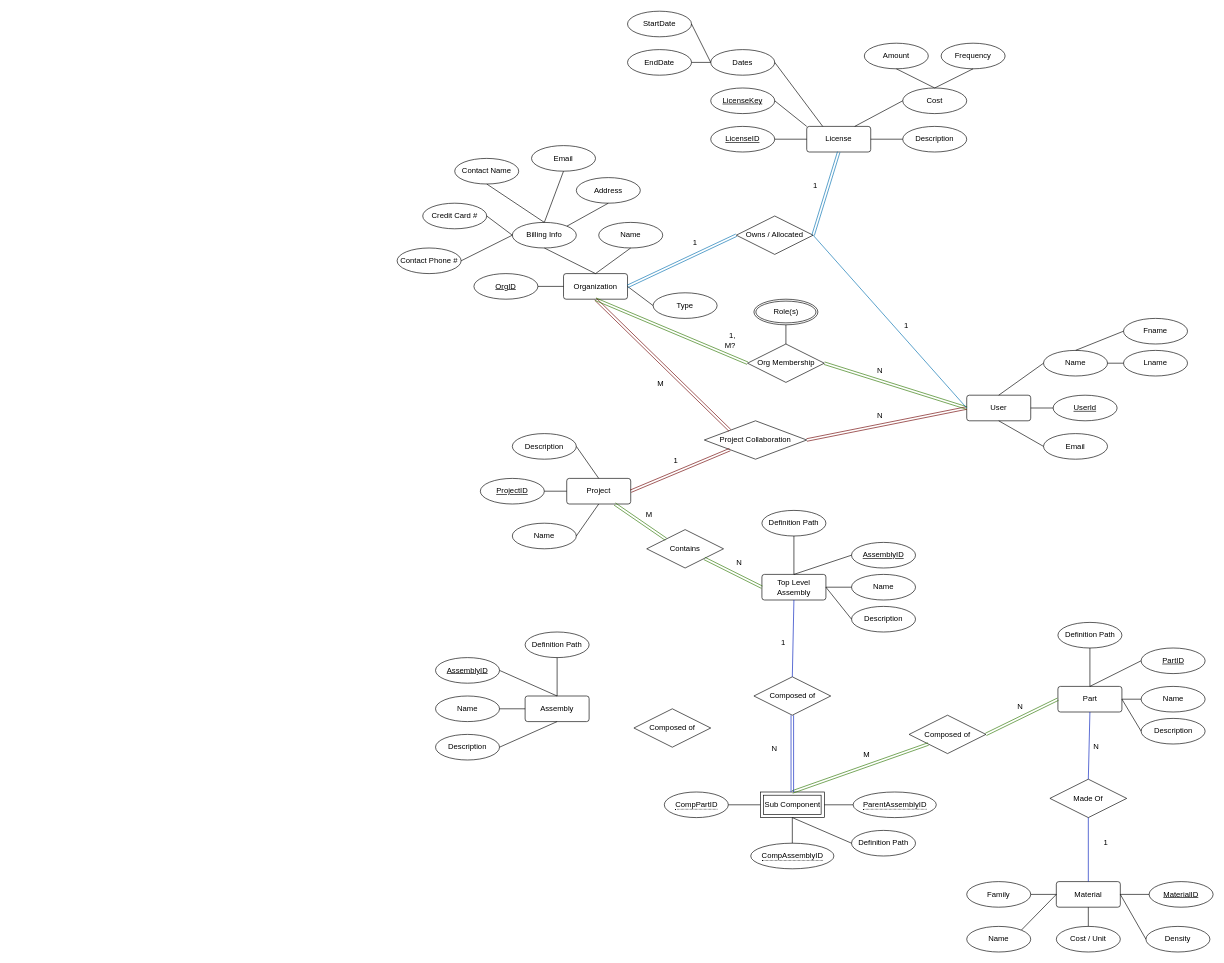
Above: DBfinal.drawio in EricOrrDev/Diagrams (draw.io), before the change. Source tidied: cells renumbered, new cells numbered last; positions are measured from the earlier drawing's top-left corner, leaving out a move shared by most shapes. Both pictures are drawn from the tidied source at 64%, with x=0, y=0 at pixel (12, 11).
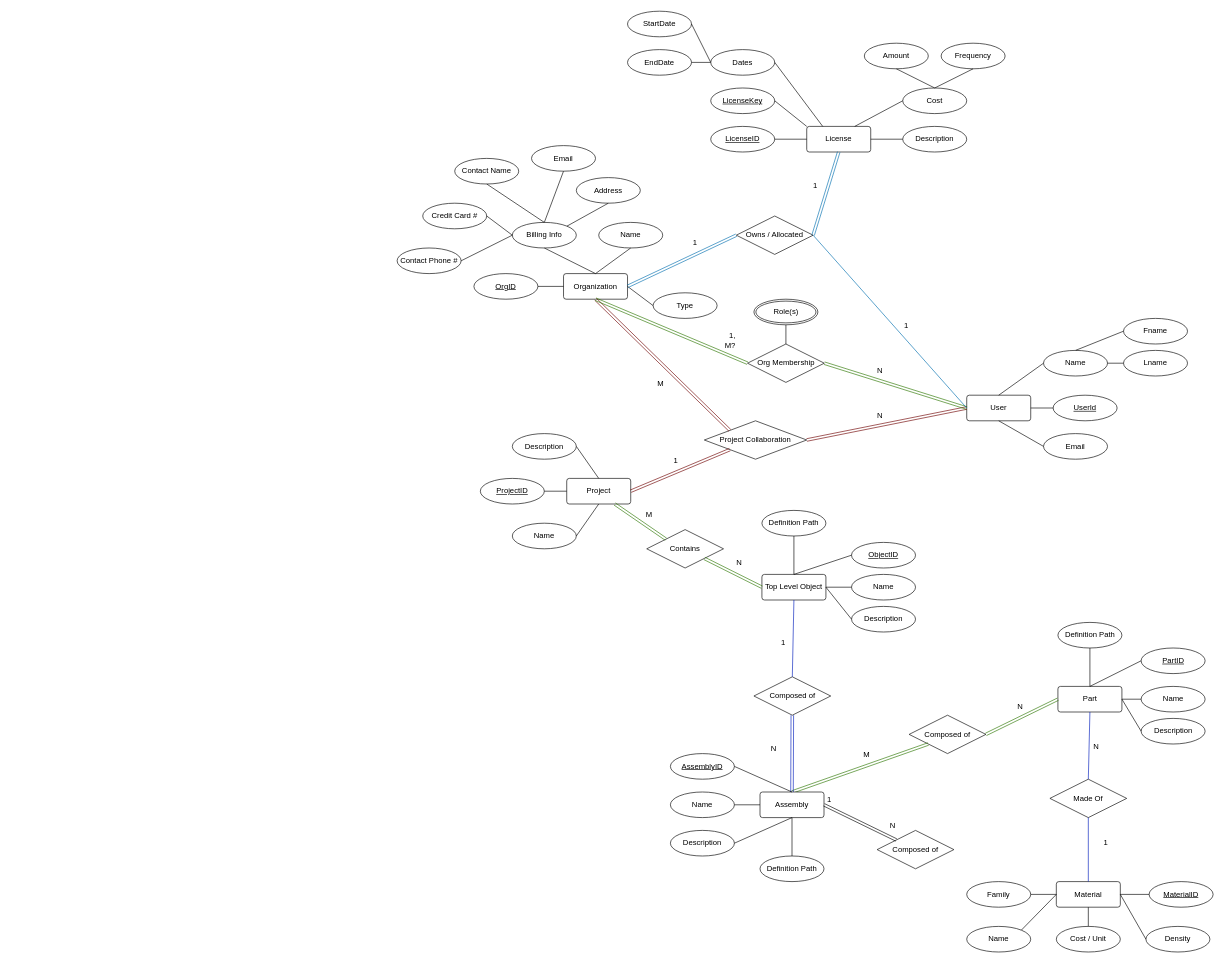
The same diagram, later.

Unchanged cells that the change refers to:
```xml
<mxCell id="66" style="group;" parent="1" vertex="1">
  <mxGeometry x="1172" y="830" width="240" height="170" as="geometry" />
</mxCell>
<mxCell id="125" value="Composed of" style="shape=rhombus;perimeter=rhombusPerimeter;whiteSpace=wrap;html=1;align=center;" parent="1" vertex="1">
  <mxGeometry x="1159.5" y="1040" width="120" height="60" as="geometry" />
</mxCell>
<mxCell id="136" value="Composed of" style="shape=rhombus;perimeter=rhombusPerimeter;whiteSpace=wrap;html=1;align=center;" parent="1" vertex="1">
  <mxGeometry x="1402" y="1100" width="120" height="60" as="geometry" />
</mxCell>
<mxCell id="147" style="group;" parent="146" vertex="1">
  <mxGeometry y="40" width="240" height="170" as="geometry" />
</mxCell>
<mxCell id="149" value="Assembly" style="rounded=1;arcSize=10;whiteSpace=wrap;html=1;align=center;" parent="147" vertex="1">
  <mxGeometry x="140" y="60" width="100" height="40" as="geometry" />
</mxCell>
```

Diff of the diagram source:
```diff
@@
-    <mxCell id="67" value="Top Level Assembly" style="rounded=1;arcSize=10;whiteSpace=wrap;html=1;align=center;" parent="66" vertex="1">
+    <mxCell id="67" value="Top Level Object" style="rounded=1;arcSize=10;whiteSpace=wrap;html=1;align=center;" parent="66" vertex="1">
       <mxGeometry y="50" width="100" height="40" as="geometry" />
     </mxCell>
@@
-    <mxCell id="72" value="AssemblyID" style="ellipse;whiteSpace=wrap;html=1;align=center;fontStyle=4;" parent="66" vertex="1">
+    <mxCell id="72" value="ObjectID" style="ellipse;whiteSpace=wrap;html=1;align=center;fontStyle=4;" parent="66" vertex="1">
       <mxGeometry x="140" width="100" height="40" as="geometry" />
     </mxCell>
@@
-    <mxCell id="85" style="group;" parent="1" vertex="1">
-      <mxGeometry x="1019.5" y="1220" width="425" height="120" as="geometry" />
-    </mxCell>
-    <mxCell id="86" value="Sub Component" style="shape=ext;margin=3;double=1;whiteSpace=wrap;html=1;align=center;" parent="85" vertex="1">
-      <mxGeometry x="150" width="100" height="40" as="geometry" />
-    </mxCell>
-    <mxCell id="87" value="&lt;span style=&quot;border-bottom: 1px dotted;&quot;&gt;ParentAssemblyID&lt;/span&gt;" style="ellipse;whiteSpace=wrap;html=1;align=center;" parent="85" vertex="1">
-      <mxGeometry x="295" width="130" height="40" as="geometry" />
-    </mxCell>
-    <mxCell id="88" value="&lt;span style=&quot;border-bottom: 1px dotted;&quot;&gt;CompPartID&lt;/span&gt;" style="ellipse;whiteSpace=wrap;html=1;align=center;" parent="85" vertex="1">
-      <mxGeometry width="100" height="40" as="geometry" />
-    </mxCell>
-    <mxCell id="89" value="&lt;span style=&quot;border-bottom: 1px dotted;&quot;&gt;CompAssemblyID&lt;/span&gt;" style="ellipse;whiteSpace=wrap;html=1;align=center;" parent="85" vertex="1">
-      <mxGeometry x="135" y="80" width="130" height="40" as="geometry" />
-    </mxCell>
-    <mxCell id="90" style="endArrow=none;html=1;rounded=0;exitX=1;exitY=0.5;exitDx=0;exitDy=0;entryX=0;entryY=0.5;entryDx=0;entryDy=0;" parent="85" edge="1" source="88" target="86">
-      <mxGeometry relative="1" as="geometry" />
-    </mxCell>
-    <mxCell id="91" style="endArrow=none;html=1;rounded=0;exitX=0.5;exitY=0;exitDx=0;exitDy=0;entryX=0.5;entryY=1;entryDx=0;entryDy=0;" parent="85" edge="1" source="89" target="86">
-      <mxGeometry relative="1" as="geometry" />
-    </mxCell>
-    <mxCell id="92" style="endArrow=none;html=1;rounded=0;exitX=0;exitY=0.5;exitDx=0;exitDy=0;entryX=1;entryY=0.5;entryDx=0;entryDy=0;" parent="85" edge="1" source="87" target="86">
-      <mxGeometry relative="1" as="geometry" />
-    </mxCell>
-    <mxCell id="93" value="Definition Path" style="ellipse;whiteSpace=wrap;html=1;align=center;" parent="85" vertex="1">
-      <mxGeometry x="292.5" y="60" width="100" height="40" as="geometry" />
-    </mxCell>
-    <mxCell id="94" style="endArrow=none;html=1;rounded=0;exitX=0;exitY=0.5;exitDx=0;exitDy=0;entryX=0.5;entryY=1;entryDx=0;entryDy=0;" parent="85" edge="1" source="93" target="86">
-      <mxGeometry relative="1" as="geometry" />
-    </mxCell>
@@
-    <mxCell id="139" style="shape=link;html=1;rounded=0;exitX=0.5;exitY=0;exitDx=0;exitDy=0;entryX=0;entryY=1;entryDx=0;entryDy=0;fillColor=#60a917;strokeColor=#2D7600;" parent="1" edge="1" source="86" target="136">
+    <mxCell id="139" style="shape=link;html=1;rounded=0;exitX=0.5;exitY=0;exitDx=0;exitDy=0;entryX=0;entryY=1;entryDx=0;entryDy=0;fillColor=#60a917;strokeColor=#2D7600;" parent="1" edge="1" source="149" target="136">
       <mxGeometry relative="1" as="geometry" />
     </mxCell>
@@
-    <mxCell id="141" style="shape=link;html=1;rounded=0;entryX=0.5;entryY=1;entryDx=0;entryDy=0;exitX=0.5;exitY=0;exitDx=0;exitDy=0;fillColor=#0050ef;strokeColor=#001DBC;" parent="1" edge="1" source="86" target="125">
+    <mxCell id="141" style="shape=link;html=1;rounded=0;entryX=0.5;entryY=1;entryDx=0;entryDy=0;exitX=0.5;exitY=0;exitDx=0;exitDy=0;fillColor=#0050ef;strokeColor=#001DBC;" parent="1" edge="1" source="149" target="125">
       <mxGeometry relative="1" as="geometry" />
     </mxCell>
@@
+    <mxCell id="158" value="Composed of" style="shape=rhombus;perimeter=rhombusPerimeter;whiteSpace=wrap;html=1;align=center;" parent="1" vertex="1">
+      <mxGeometry x="1352" y="1280" width="120" height="60" as="geometry" />
+    </mxCell>
+    <mxCell id="159" style="group;" parent="1" vertex="1">
+      <mxGeometry x="1029" y="1120" width="240" height="240" as="geometry" />
+    </mxCell>
-    <mxCell id="146" style="group;" parent="1" vertex="1">
-      <mxGeometry x="662" y="970" width="240" height="210" as="geometry" />
+    <mxCell id="146" style="group;" parent="159" vertex="1">
+      <mxGeometry width="240" height="210" as="geometry" />
     </mxCell>
@@
-    <mxCell id="150" value="Definition Path" style="ellipse;whiteSpace=wrap;html=1;align=center;" parent="147" vertex="1">
-      <mxGeometry x="140" y="-40" width="100" height="40" as="geometry" />
-    </mxCell>
-    <mxCell id="151" style="endArrow=none;html=1;rounded=0;exitX=0.5;exitY=1;exitDx=0;exitDy=0;entryX=0.5;entryY=0;entryDx=0;entryDy=0;" parent="147" edge="1" source="150" target="149">
-      <mxGeometry relative="1" as="geometry" />
-    </mxCell>
@@
-    <mxCell id="158" value="Composed of" style="shape=rhombus;perimeter=rhombusPerimeter;whiteSpace=wrap;html=1;align=center;" parent="1" vertex="1">
-      <mxGeometry x="972" y="1090" width="120" height="60" as="geometry" />
-    </mxCell>
+    <mxCell id="150" value="Definition Path" style="ellipse;whiteSpace=wrap;html=1;align=center;" parent="159" vertex="1">
+      <mxGeometry x="140" y="200" width="100" height="40" as="geometry" />
+    </mxCell>
+    <mxCell id="151" style="endArrow=none;html=1;rounded=0;entryX=0.5;entryY=1;entryDx=0;entryDy=0;exitX=0.5;exitY=0;exitDx=0;exitDy=0;" parent="159" edge="1" source="150" target="149">
+      <mxGeometry relative="1" as="geometry" />
+    </mxCell>
+    <mxCell id="160" style="shape=link;html=1;rounded=0;exitX=1;exitY=0.5;exitDx=0;exitDy=0;entryX=0;entryY=0;entryDx=0;entryDy=0;" parent="1" edge="1" source="149" target="158">
+      <mxGeometry relative="1" as="geometry" />
+    </mxCell>
+    <mxCell id="161" value="1" style="html=1;whiteSpace=wrap;align=left;verticalAlign=bottom;" parent="160" vertex="1">
+      <mxGeometry x="-1" relative="1" as="geometry">
+        <mxPoint x="3" as="offset" />
+      </mxGeometry>
+    </mxCell>
+    <mxCell id="162" value="N" style="html=1;whiteSpace=wrap;align=right;verticalAlign=bottom;" parent="160" vertex="1">
+      <mxGeometry x="1" relative="1" as="geometry">
+        <mxPoint y="-15" as="offset" />
+      </mxGeometry>
+    </mxCell>
```
